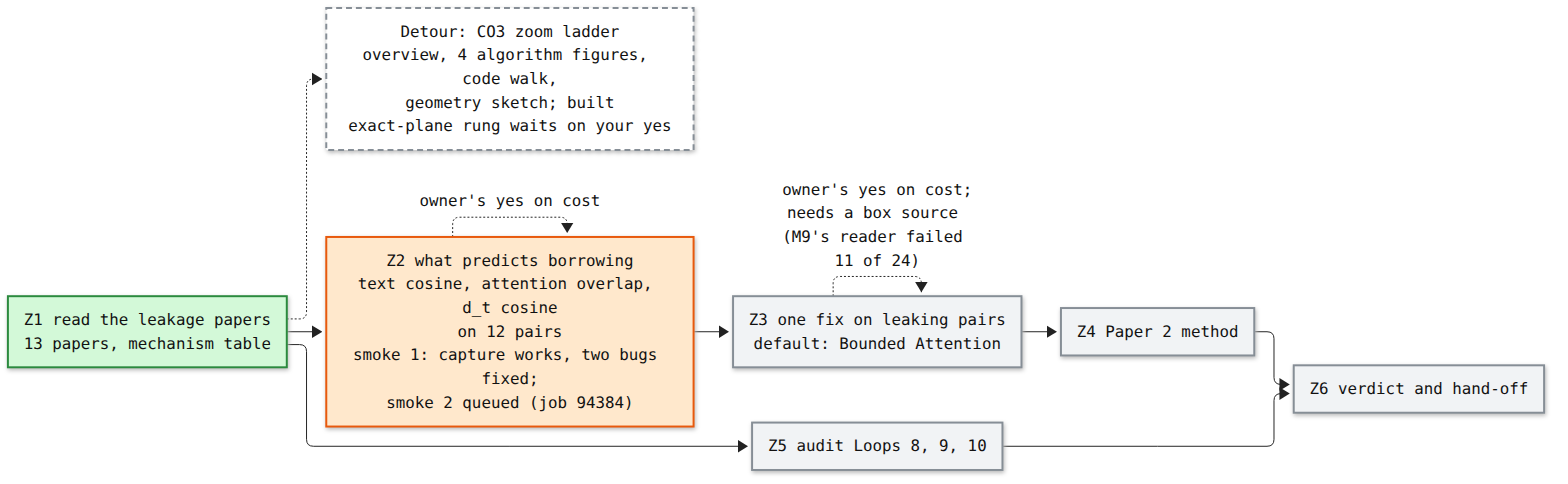
This is artifacts/notes/progress/leakage/loop-12-progress.png from mo-rsa24/concept-composition, a Mermaid export, as it was before one commit. Its source is kept beside it as artifacts/notes/progress/leakage/loop-12-progress.mmd.
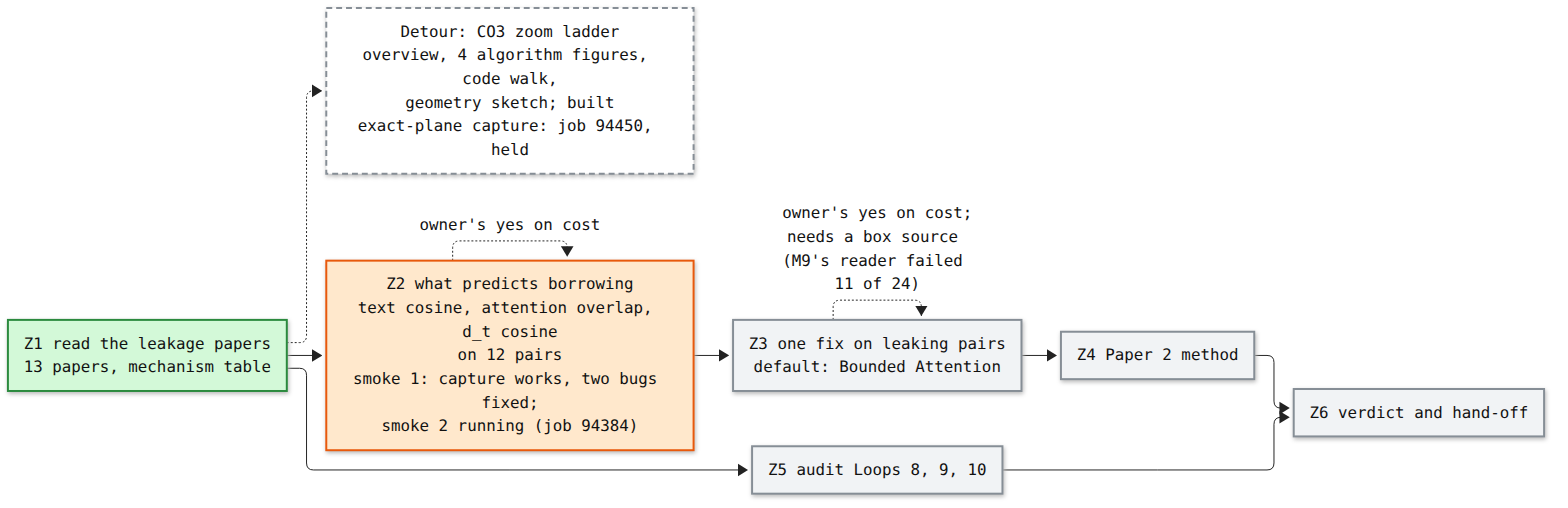
Later version of the same file.

Commit message:
Loop 12 map: smoke 2 running, ladder capture job held

What changed in the source:
```diff
@@ -1,12 +1,12 @@
 %%{init: {'theme': 'base', 'themeVariables': {'fontFamily': 'monospace', 'primaryColor': '#ffffff', 'primaryBorderColor': '#222222', 'primaryTextColor': '#111111', 'lineColor': '#222222'}}}%%
 flowchart LR
   Z1["Z1 read the leakage papers<br/>13 papers, mechanism table"]:::done
-  Z2["Z2 what predicts borrowing<br/>text cosine, attention overlap, d_t cosine<br/>on 12 pairs<br/>smoke 1: capture works, two bugs fixed;<br/>smoke 2 queued (job 94384)"]:::doing
+  Z2["Z2 what predicts borrowing<br/>text cosine, attention overlap, d_t cosine<br/>on 12 pairs<br/>smoke 1: capture works, two bugs fixed;<br/>smoke 2 running (job 94384)"]:::doing
   Z3["Z3 one fix on leaking pairs<br/>default: Bounded Attention"]:::todo
   Z4["Z4 Paper 2 method"]:::todo
   Z5["Z5 audit Loops 8, 9, 10"]:::todo
   Z6["Z6 verdict and hand-off"]:::todo
-  LAD["Detour: CO3 zoom ladder<br/>overview, 4 algorithm figures, code walk,<br/>geometry sketch; built<br/>exact-plane rung waits on your yes"]:::detour
+  LAD["Detour: CO3 zoom ladder<br/>overview, 4 algorithm figures, code walk,<br/>geometry sketch; built<br/>exact-plane capture: job 94450, held"]:::detour
   Z1 -.-> LAD
   Z1 --> Z2 --> Z3 --> Z4 --> Z6
   Z1 --> Z5 --> Z6
```
